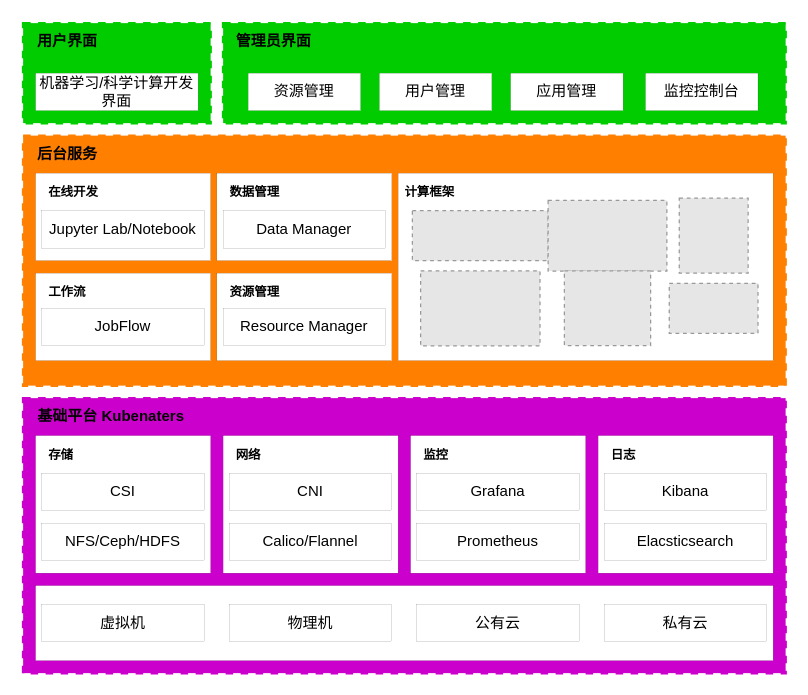
This is suanflow.drawio from Fruneng/drawio-storage, a draw.io file, before an edit. Source tidied: cells renumbered, new cells numbered last; positions are measured from the earlier drawing's top-left corner, leaving out a move shared by most shapes. Both pictures are drawn from the tidied source at 125%, with x=0, y=0 at pixel (22, 22). Pictures stored in the file or linked from it are replaced by grey dashed boxes.
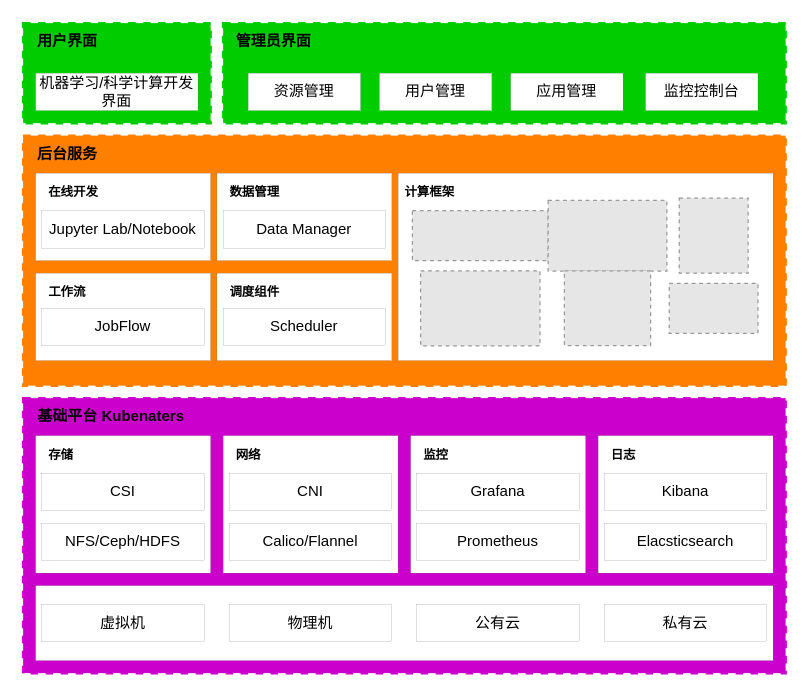
The same diagram, later.

The edit, as a diff of the source:
```diff
@@
-    <mxCell id="45" value="资源管理" style="text;html=1;align=center;verticalAlign=middle;strokeColor=none;fillColor=none;fontStyle=1;fontSize=10;" parent="1" vertex="1">
+    <mxCell id="45" value="调度组件" style="text;html=1;align=center;verticalAlign=middle;strokeColor=none;fillColor=none;fontStyle=1;fontSize=10;" parent="1" vertex="1">
       <mxGeometry x="155" y="200" width="60" height="30" as="geometry" />
     </mxCell>
-    <mxCell id="46" value="Resource Manager" style="rounded=0;whiteSpace=wrap;html=1;spacingTop=0;strokeWidth=0;" parent="1" vertex="1">
+    <mxCell id="46" value="Scheduler" style="rounded=0;whiteSpace=wrap;html=1;spacingTop=0;strokeWidth=0;" parent="1" vertex="1">
       <mxGeometry x="160" y="228.2" width="130" height="30" as="geometry" />
     </mxCell>
```
